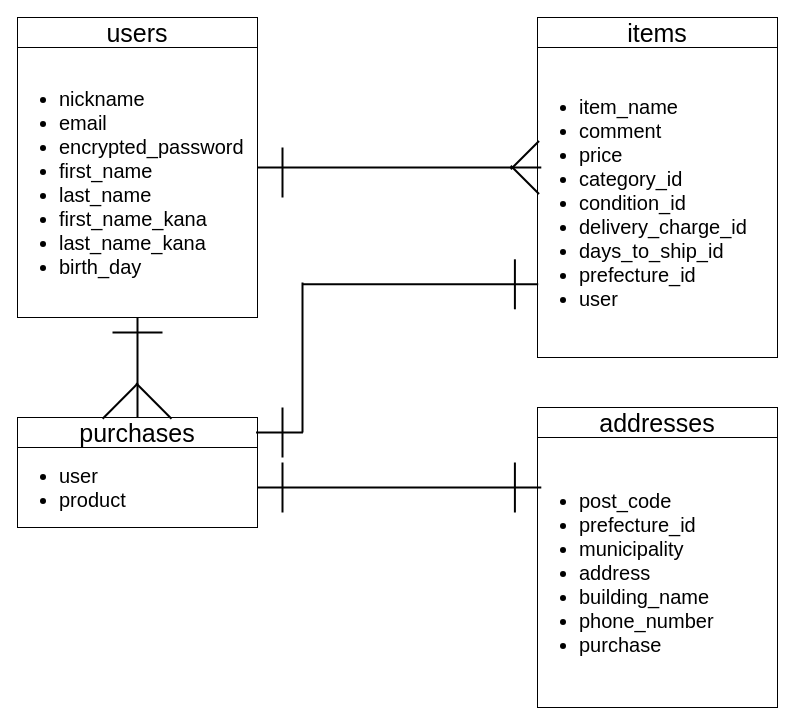
Before: .dio in shuto012/furima-38188, a draw.io diagram. Source tidied: cells renumbered, new cells numbered last; positions are measured from the earlier drawing's top-left corner, leaving out a move shared by most shapes. Both pictures are drawn from the tidied source at 100%, with x=0, y=0 at pixel (17, 17).
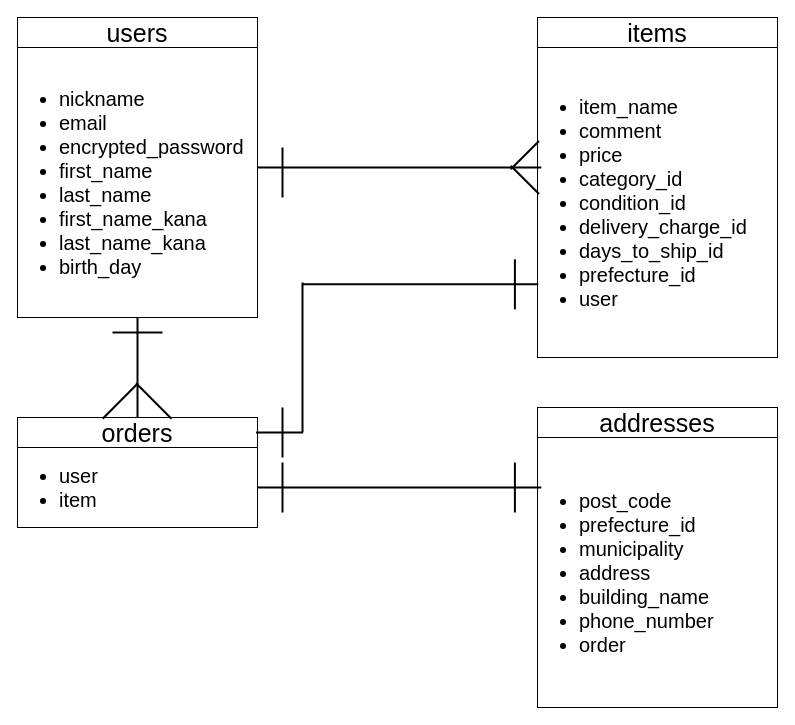
After the change.

The edit, as a diff of the source:
```diff
@@
-    <mxCell id="6" value="&lt;span style=&quot;font-size: 25px&quot;&gt;purchases&lt;/span&gt;" style="whiteSpace=wrap;html=1;" parent="1" vertex="1">
+    <mxCell id="6" value="&lt;span style=&quot;font-size: 25px&quot;&gt;orders&lt;/span&gt;" style="whiteSpace=wrap;html=1;" parent="1" vertex="1">
       <mxGeometry y="400" width="240" height="30" as="geometry" />
     </mxCell>
-    <mxCell id="7" value="&lt;ul style=&quot;font-size: 20px&quot;&gt;&lt;li&gt;user&lt;/li&gt;&lt;li&gt;product&lt;/li&gt;&lt;/ul&gt;" style="whiteSpace=wrap;html=1;fontSize=25;align=left;" parent="1" vertex="1">
+    <mxCell id="7" value="&lt;ul style=&quot;font-size: 20px&quot;&gt;&lt;li&gt;user&lt;/li&gt;&lt;li&gt;item&lt;/li&gt;&lt;/ul&gt;" style="whiteSpace=wrap;html=1;fontSize=25;align=left;" parent="1" vertex="1">
       <mxGeometry y="430" width="240" height="80" as="geometry" />
     </mxCell>
-    <mxCell id="8" value="&lt;ul style=&quot;font-size: 20px&quot;&gt;&lt;li&gt;post_code&lt;/li&gt;&lt;li&gt;prefecture_id&lt;/li&gt;&lt;li&gt;municipality&lt;/li&gt;&lt;li&gt;address&lt;/li&gt;&lt;li&gt;building_name&lt;/li&gt;&lt;li&gt;phone_number&lt;/li&gt;&lt;li&gt;purchase&lt;/li&gt;&lt;/ul&gt;" style="whiteSpace=wrap;html=1;fontSize=25;align=left;" parent="1" vertex="1">
+    <mxCell id="8" value="&lt;ul style=&quot;font-size: 20px&quot;&gt;&lt;li&gt;post_code&lt;/li&gt;&lt;li&gt;prefecture_id&lt;/li&gt;&lt;li&gt;municipality&lt;/li&gt;&lt;li&gt;address&lt;/li&gt;&lt;li&gt;building_name&lt;/li&gt;&lt;li&gt;phone_number&lt;/li&gt;&lt;li&gt;order&lt;/li&gt;&lt;/ul&gt;" style="whiteSpace=wrap;html=1;fontSize=25;align=left;" parent="1" vertex="1">
       <mxGeometry x="520" y="420" width="240" height="270" as="geometry" />
     </mxCell>
```
